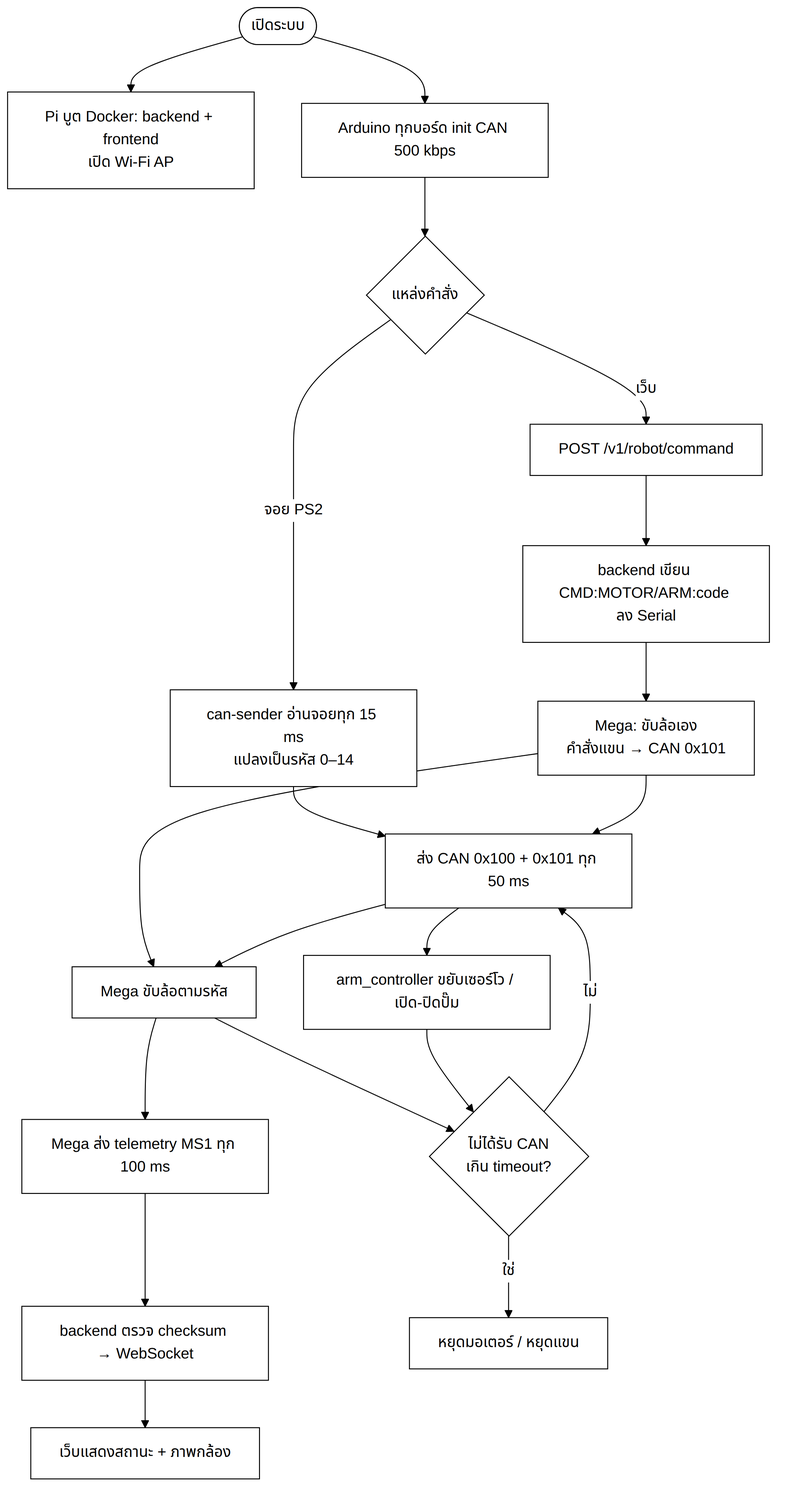
Before: docs/images/2-2-1-flowchart-overall.png, a diagram exported from Mermaid (SaktanuthPeak/durian-bot). Its source is kept beside it as docs/diagrams/2-2-1-flowchart-overall.mmd. Source of this version:
```mermaid
%%{init: {'theme': 'base', 'themeVariables': {'background': '#ffffff', 'mainBkg': '#ffffff', 'primaryColor': '#ffffff', 'secondaryColor': '#ffffff', 'tertiaryColor': '#ffffff', 'primaryTextColor': '#000000', 'secondaryTextColor': '#000000', 'tertiaryTextColor': '#000000', 'textColor': '#000000', 'primaryBorderColor': '#000000', 'secondaryBorderColor': '#000000', 'tertiaryBorderColor': '#000000', 'nodeBorder': '#000000', 'lineColor': '#000000', 'clusterBkg': '#ffffff', 'clusterBorder': '#000000', 'edgeLabelBackground': '#ffffff', 'titleColor': '#000000', 'actorBkg': '#ffffff', 'actorBorder': '#000000', 'actorTextColor': '#000000', 'actorLineColor': '#000000', 'signalColor': '#000000', 'signalTextColor': '#000000', 'labelBoxBkgColor': '#ffffff', 'labelBoxBorderColor': '#000000', 'labelTextColor': '#000000', 'loopTextColor': '#000000', 'noteBkgColor': '#ffffff', 'noteBorderColor': '#000000', 'noteTextColor': '#000000', 'activationBkgColor': '#ffffff', 'activationBorderColor': '#000000'}}}%%
flowchart TD
    A([เปิดระบบ]) --> B[Pi บูต Docker: backend + frontend<br/>เปิด Wi-Fi AP]
    A --> C[Arduino ทุกบอร์ด init CAN 500 kbps]
    C --> D{แหล่งคำสั่ง}
    D -- จอย PS2 --> E[can-sender อ่านจอยทุก 15 ms<br/>แปลงเป็นรหัส 0–14]
    E --> F[ส่ง CAN 0x100 + 0x101 ทุก 50 ms]
    D -- เว็บ --> G[POST /v1/robot/command]
    G --> H[backend เขียน CMD:MOTOR/ARM:code ลง Serial]
    H --> I[Mega: ขับล้อเอง<br/>คำสั่งแขน → CAN 0x101]
    I --> J
    I --> F
    F --> J[Mega ขับล้อตามรหัส]
    F --> K[arm_controller ขยับเซอร์โว / เปิด-ปิดปั๊ม]
    J --> L[Mega ส่ง telemetry MS1 ทุก 100 ms]
    L --> M[backend ตรวจ checksum → WebSocket]
    M --> N[เว็บแสดงสถานะ + ภาพกล้อง]
    J & K --> O{ไม่ได้รับ CAN<br/>เกิน timeout?}
    O -- ใช่ --> P[หยุดมอเตอร์ / หยุดแขน]
    O -- ไม่ --> F
    classDef default fill:#ffffff,stroke:#000000,color:#000000;
    linkStyle default stroke:#000000,color:#000000
```
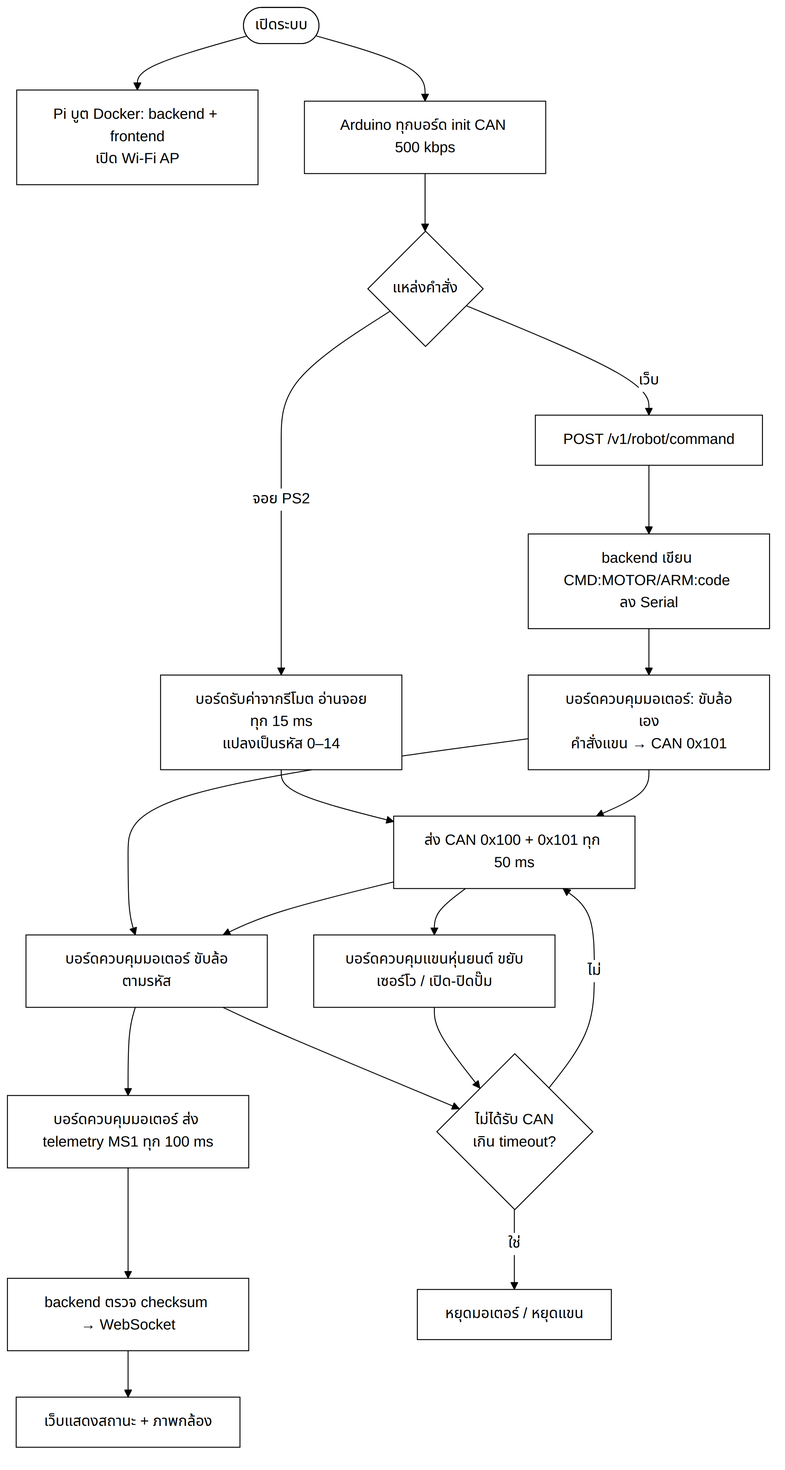
The same file after the commit.

The edit, as a diff of the source:
```diff
@@ -3,16 +3,16 @@
     A([เปิดระบบ]) --> B[Pi บูต Docker: backend + frontend<br/>เปิด Wi-Fi AP]
     A --> C[Arduino ทุกบอร์ด init CAN 500 kbps]
     C --> D{แหล่งคำสั่ง}
-    D -- จอย PS2 --> E[can-sender อ่านจอยทุก 15 ms<br/>แปลงเป็นรหัส 0–14]
+    D -- จอย PS2 --> E[บอร์ดรับค่าจากรีโมต อ่านจอยทุก 15 ms<br/>แปลงเป็นรหัส 0–14]
     E --> F[ส่ง CAN 0x100 + 0x101 ทุก 50 ms]
     D -- เว็บ --> G[POST /v1/robot/command]
     G --> H[backend เขียน CMD:MOTOR/ARM:code ลง Serial]
-    H --> I[Mega: ขับล้อเอง<br/>คำสั่งแขน → CAN 0x101]
+    H --> I[บอร์ดควบคุมมอเตอร์: ขับล้อเอง<br/>คำสั่งแขน → CAN 0x101]
     I --> J
     I --> F
-    F --> J[Mega ขับล้อตามรหัส]
-    F --> K[arm_controller ขยับเซอร์โว / เปิด-ปิดปั๊ม]
-    J --> L[Mega ส่ง telemetry MS1 ทุก 100 ms]
+    F --> J[บอร์ดควบคุมมอเตอร์ ขับล้อตามรหัส]
+    F --> K[บอร์ดควบคุมแขนหุ่นยนต์ ขยับเซอร์โว / เปิด-ปิดปั๊ม]
+    J --> L[บอร์ดควบคุมมอเตอร์ ส่ง telemetry MS1 ทุก 100 ms]
     L --> M[backend ตรวจ checksum → WebSocket]
     M --> N[เว็บแสดงสถานะ + ภาพกล้อง]
     J & K --> O{ไม่ได้รับ CAN<br/>เกิน timeout?}
```
